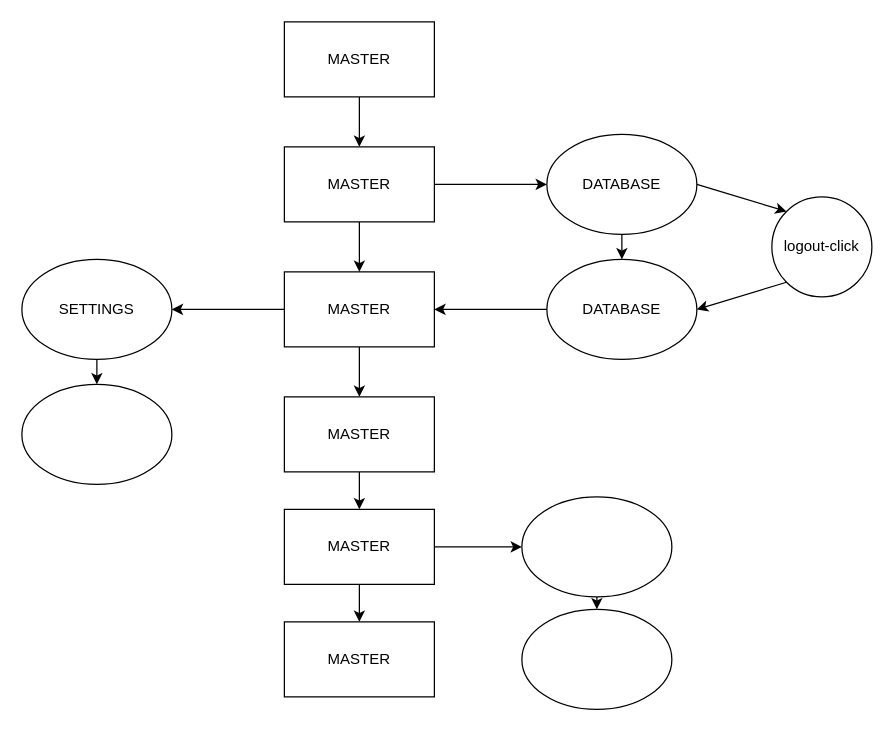
This is INFORMATION/branches.drawio from Man1exter/MAIG-WAREHOUSE, a draw.io file, before an edit. Source tidied: cells renumbered, new cells numbered last; positions are measured from the earlier drawing's top-left corner, leaving out a move shared by most shapes. Both pictures are drawn from the tidied source at 125%, with x=0, y=0 at pixel (21, 21).
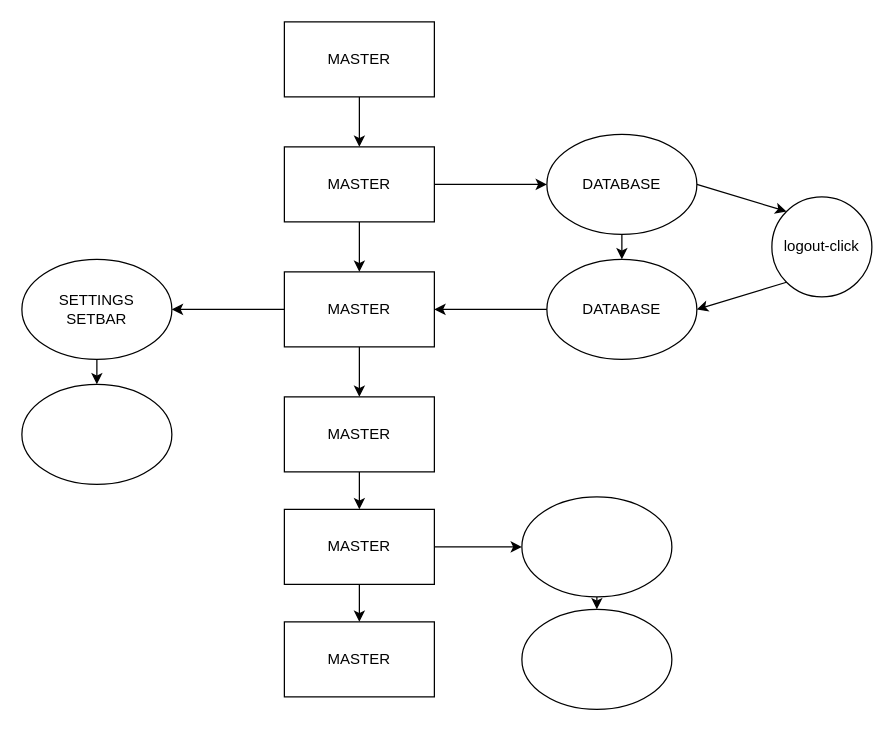
Above is the later version.

Diff of the diagram source:
```diff
@@
-    <mxCell id="17" value="SETTINGS" style="ellipse;whiteSpace=wrap;html=1;" parent="1" vertex="1">
+    <mxCell id="17" value="SETTINGS&lt;br&gt;SETBAR" style="ellipse;whiteSpace=wrap;html=1;" parent="1" vertex="1">
       <mxGeometry y="190" width="120" height="80" as="geometry" />
     </mxCell>
```
